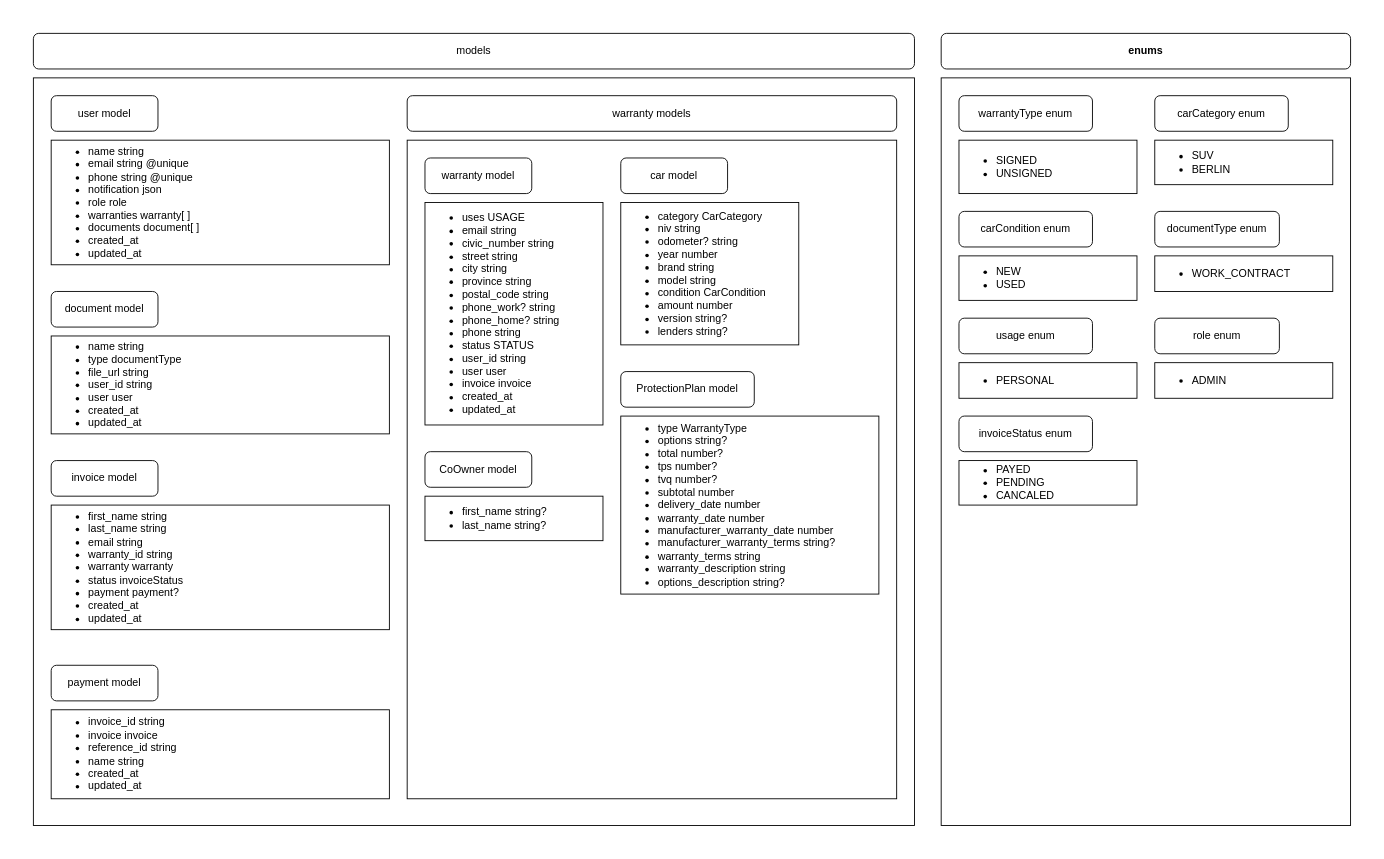
moumbou/assistante-sociale keeps this draw.io diagram as Untitled Diagram.drawio. Above is the earlier version. Source tidied: cells renumbered, new cells numbered last; positions are measured from the earlier drawing's top-left corner, leaving out a move shared by most shapes. Both pictures are drawn from the tidied source at 89%, with x=0, y=0 at pixel (15, 15).
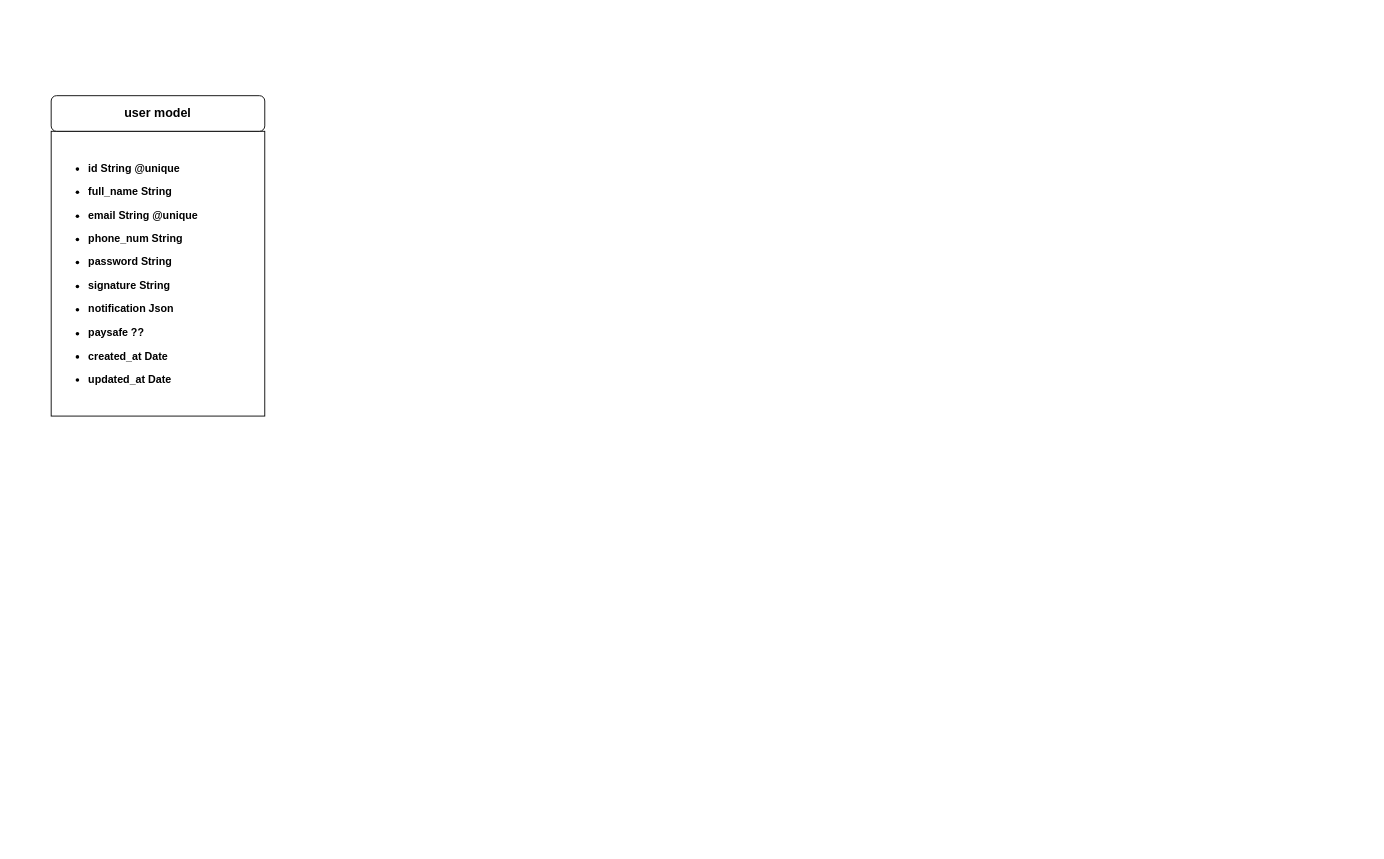
After the change.

What changed in the source:
```diff
@@
-    <mxCell id="2" style="rounded=0;whiteSpace=wrap;html=1;strokeColor=#FFFFFF;" parent="1" vertex="1">
-      <mxGeometry width="1520" height="930" as="geometry" />
-    </mxCell>
-    <mxCell id="3" style="rounded=0;whiteSpace=wrap;html=1;" parent="1" vertex="1">
-      <mxGeometry x="20" y="70" width="990" height="840" as="geometry" />
-    </mxCell>
-    <mxCell id="4" style="rounded=0;whiteSpace=wrap;html=1;" parent="1" vertex="1">
-      <mxGeometry x="440" y="140" width="550" height="740" as="geometry" />
-    </mxCell>
-    <mxCell id="5" style="rounded=0;whiteSpace=wrap;html=1;fillStyle=solid;" parent="1" vertex="1">
-      <mxGeometry x="1040" y="70" width="460" height="840" as="geometry" />
-    </mxCell>
-    <mxCell id="6" value="&lt;ul&gt;&lt;li&gt;name string&lt;/li&gt;&lt;li&gt;email string @unique&lt;/li&gt;&lt;li&gt;phone string @unique&lt;/li&gt;&lt;li&gt;notification json&lt;/li&gt;&lt;li&gt;role role&lt;/li&gt;&lt;li&gt;warranties warranty[ ]&lt;/li&gt;&lt;li&gt;documents document[ ]&lt;/li&gt;&lt;li&gt;created_at&lt;/li&gt;&lt;li&gt;updated_at&lt;/li&gt;&lt;/ul&gt;" style="rounded=0;whiteSpace=wrap;html=1;align=left;" parent="1" vertex="1">
-      <mxGeometry x="40" y="140" width="380" height="140" as="geometry" />
-    </mxCell>
+    <mxCell id="39" value="&lt;h4&gt;&lt;/h4&gt;&lt;h2&gt;&lt;/h2&gt;&lt;h4&gt;&lt;/h4&gt;&lt;h4&gt;&lt;/h4&gt;&lt;h5&gt;&lt;/h5&gt;&lt;h3&gt;&lt;/h3&gt;&lt;h4&gt;&lt;ul&gt;&lt;li&gt;id String @unique&lt;/li&gt;&lt;/ul&gt;&lt;ul&gt;&lt;li&gt;full_name String&lt;/li&gt;&lt;/ul&gt;&lt;ul&gt;&lt;li&gt;email String @unique&lt;/li&gt;&lt;/ul&gt;&lt;ul&gt;&lt;li&gt;phone_num String&lt;/li&gt;&lt;/ul&gt;&lt;ul&gt;&lt;li&gt;password String&lt;/li&gt;&lt;/ul&gt;&lt;ul&gt;&lt;li&gt;signature String&lt;/li&gt;&lt;/ul&gt;&lt;ul&gt;&lt;li&gt;notification Json&lt;/li&gt;&lt;/ul&gt;&lt;ul&gt;&lt;li&gt;paysafe ??&lt;/li&gt;&lt;/ul&gt;&lt;ul&gt;&lt;li&gt;created_at Date&lt;/li&gt;&lt;/ul&gt;&lt;ul&gt;&lt;li&gt;updated_at Date&lt;/li&gt;&lt;/ul&gt;&lt;/h4&gt;" style="rounded=0;whiteSpace=wrap;html=1;align=left;" parent="1" vertex="1">
+      <mxGeometry x="40" y="130" width="240" height="320" as="geometry" />
+    </mxCell>
-    <mxCell id="7" value="user model" style="rounded=1;whiteSpace=wrap;html=1;" parent="1" vertex="1">
-      <mxGeometry x="40" y="90" width="120" height="40" as="geometry" />
+    <mxCell id="7" value="&lt;h3&gt;user model&lt;/h3&gt;" style="rounded=1;whiteSpace=wrap;html=1;" parent="1" vertex="1">
+      <mxGeometry x="40" y="90" width="240" height="40" as="geometry" />
     </mxCell>
-    <mxCell id="8" value="&lt;ul&gt;&lt;li&gt;name string&lt;/li&gt;&lt;li&gt;type documentType&lt;/li&gt;&lt;li&gt;file_url string&lt;/li&gt;&lt;li&gt;user_id string&lt;/li&gt;&lt;li&gt;user user&lt;/li&gt;&lt;li&gt;created_at&lt;/li&gt;&lt;li&gt;updated_at&lt;/li&gt;&lt;/ul&gt;" style="rounded=0;whiteSpace=wrap;html=1;align=left;" parent="1" vertex="1">
-      <mxGeometry x="40" y="360" width="380" height="110" as="geometry" />
-    </mxCell>
-    <mxCell id="9" value="document model" style="rounded=1;whiteSpace=wrap;html=1;" parent="1" vertex="1">
-      <mxGeometry x="40" y="310" width="120" height="40" as="geometry" />
-    </mxCell>
-    <mxCell id="10" value="&lt;ul&gt;&lt;li&gt;uses USAGE&lt;/li&gt;&lt;li&gt;email string&lt;/li&gt;&lt;li&gt;civic_number string&lt;/li&gt;&lt;li&gt;street string&lt;/li&gt;&lt;li&gt;city string&lt;/li&gt;&lt;li&gt;province string&lt;/li&gt;&lt;li&gt;postal_code string&lt;/li&gt;&lt;li&gt;phone_work? string&lt;/li&gt;&lt;li&gt;phone_home? string&lt;/li&gt;&lt;li&gt;phone string&lt;/li&gt;&lt;li&gt;status STATUS&lt;/li&gt;&lt;li&gt;user_id string&lt;/li&gt;&lt;li&gt;user user&lt;/li&gt;&lt;li&gt;invoice invoice&lt;/li&gt;&lt;li&gt;created_at&lt;/li&gt;&lt;li&gt;updated_at&lt;/li&gt;&lt;/ul&gt;" style="rounded=0;whiteSpace=wrap;html=1;align=left;" parent="1" vertex="1">
-      <mxGeometry x="460" y="210" width="200" height="250" as="geometry" />
-    </mxCell>
-    <mxCell id="11" value="warranty model" style="rounded=1;whiteSpace=wrap;html=1;" parent="1" vertex="1">
-      <mxGeometry x="460" y="160" width="120" height="40" as="geometry" />
-    </mxCell>
-    <mxCell id="12" value="&lt;ul&gt;&lt;li&gt;category CarCategory&lt;/li&gt;&lt;li&gt;niv string&lt;/li&gt;&lt;li&gt;odometer? string&lt;/li&gt;&lt;li&gt;year number&lt;/li&gt;&lt;li&gt;brand string&lt;/li&gt;&lt;li&gt;model string&lt;/li&gt;&lt;li&gt;condition CarCondition&lt;/li&gt;&lt;li&gt;amount number&lt;/li&gt;&lt;li&gt;version string?&lt;/li&gt;&lt;li&gt;lenders string?&lt;/li&gt;&lt;/ul&gt;" style="rounded=0;whiteSpace=wrap;html=1;align=left;" parent="1" vertex="1">
-      <mxGeometry x="680" y="210" width="200" height="160" as="geometry" />
-    </mxCell>
-    <mxCell id="13" value="car model" style="rounded=1;whiteSpace=wrap;html=1;" parent="1" vertex="1">
-      <mxGeometry x="680" y="160" width="120" height="40" as="geometry" />
-    </mxCell>
-    <mxCell id="14" value="&lt;ul&gt;&lt;li&gt;first_name string?&lt;/li&gt;&lt;li&gt;last_name string?&lt;/li&gt;&lt;/ul&gt;" style="rounded=0;whiteSpace=wrap;html=1;align=left;" parent="1" vertex="1">
-      <mxGeometry x="460" y="540" width="200" height="50" as="geometry" />
-    </mxCell>
-    <mxCell id="15" value="CoOwner model" style="rounded=1;whiteSpace=wrap;html=1;" parent="1" vertex="1">
-      <mxGeometry x="460" y="490" width="120" height="40" as="geometry" />
-    </mxCell>
-    <mxCell id="16" value="&lt;ul&gt;&lt;li&gt;type WarrantyType&lt;/li&gt;&lt;li&gt;options string?&lt;/li&gt;&lt;li&gt;total number?&lt;/li&gt;&lt;li&gt;tps number?&lt;/li&gt;&lt;li&gt;tvq number?&lt;/li&gt;&lt;li&gt;subtotal number&lt;/li&gt;&lt;li&gt;delivery_date number&lt;/li&gt;&lt;li&gt;warranty_date number&lt;/li&gt;&lt;li&gt;manufacturer_warranty_date number&lt;/li&gt;&lt;li&gt;manufacturer_warranty_terms string?&lt;/li&gt;&lt;li&gt;warranty_terms string&lt;/li&gt;&lt;li&gt;warranty_description string&lt;/li&gt;&lt;li&gt;options_description string?&lt;/li&gt;&lt;/ul&gt;" style="rounded=0;whiteSpace=wrap;html=1;align=left;" parent="1" vertex="1">
-      <mxGeometry x="680" y="450" width="290" height="200" as="geometry" />
-    </mxCell>
-    <mxCell id="17" value="ProtectionPlan model" style="rounded=1;whiteSpace=wrap;html=1;" parent="1" vertex="1">
-      <mxGeometry x="680" y="400" width="150" height="40" as="geometry" />
-    </mxCell>
-    <mxCell id="18" value="&lt;ul&gt;&lt;li&gt;SIGNED&lt;/li&gt;&lt;li&gt;UNSIGNED&lt;/li&gt;&lt;/ul&gt;" style="rounded=0;whiteSpace=wrap;html=1;align=left;" parent="1" vertex="1">
-      <mxGeometry x="1060" y="140" width="200" height="60" as="geometry" />
-    </mxCell>
-    <mxCell id="19" value="warrantyType enum" style="rounded=1;whiteSpace=wrap;html=1;" parent="1" vertex="1">
-      <mxGeometry x="1060" y="90" width="150" height="40" as="geometry" />
-    </mxCell>
-    <mxCell id="20" value="&lt;ul&gt;&lt;li&gt;PERSONAL&lt;/li&gt;&lt;/ul&gt;" style="rounded=0;whiteSpace=wrap;html=1;align=left;" parent="1" vertex="1">
-      <mxGeometry x="1060" y="390" width="200" height="40" as="geometry" />
-    </mxCell>
-    <mxCell id="21" value="usage enum" style="rounded=1;whiteSpace=wrap;html=1;" parent="1" vertex="1">
-      <mxGeometry x="1060" y="340" width="150" height="40" as="geometry" />
-    </mxCell>
-    <mxCell id="22" value="&lt;ul&gt;&lt;li&gt;SUV&lt;/li&gt;&lt;li&gt;BERLIN&lt;/li&gt;&lt;/ul&gt;" style="rounded=0;whiteSpace=wrap;html=1;align=left;" parent="1" vertex="1">
-      <mxGeometry x="1280" y="140" width="200" height="50" as="geometry" />
-    </mxCell>
-    <mxCell id="23" value="carCategory enum" style="rounded=1;whiteSpace=wrap;html=1;" parent="1" vertex="1">
-      <mxGeometry x="1280" y="90" width="150" height="40" as="geometry" />
-    </mxCell>
-    <mxCell id="24" value="&lt;ul&gt;&lt;li&gt;NEW&lt;/li&gt;&lt;li&gt;USED&lt;/li&gt;&lt;/ul&gt;" style="rounded=0;whiteSpace=wrap;html=1;align=left;" parent="1" vertex="1">
-      <mxGeometry x="1060" y="270" width="200" height="50" as="geometry" />
-    </mxCell>
-    <mxCell id="25" value="carCondition enum" style="rounded=1;whiteSpace=wrap;html=1;" parent="1" vertex="1">
-      <mxGeometry x="1060" y="220" width="150" height="40" as="geometry" />
-    </mxCell>
-    <mxCell id="26" value="&lt;ul&gt;&lt;li&gt;WORK_CONTRACT&lt;/li&gt;&lt;/ul&gt;" style="rounded=0;whiteSpace=wrap;html=1;align=left;" parent="1" vertex="1">
-      <mxGeometry x="1280" y="270" width="200" height="40" as="geometry" />
-    </mxCell>
-    <mxCell id="27" value="documentType enum" style="rounded=1;whiteSpace=wrap;html=1;" parent="1" vertex="1">
-      <mxGeometry x="1280" y="220" width="140" height="40" as="geometry" />
-    </mxCell>
-    <mxCell id="28" value="&lt;ul&gt;&lt;li&gt;ADMIN&lt;/li&gt;&lt;/ul&gt;" style="rounded=0;whiteSpace=wrap;html=1;align=left;" parent="1" vertex="1">
-      <mxGeometry x="1280" y="390" width="200" height="40" as="geometry" />
-    </mxCell>
-    <mxCell id="29" value="role enum" style="rounded=1;whiteSpace=wrap;html=1;" parent="1" vertex="1">
-      <mxGeometry x="1280" y="340" width="140" height="40" as="geometry" />
-    </mxCell>
-    <mxCell id="30" value="warranty models" style="rounded=1;whiteSpace=wrap;html=1;" parent="1" vertex="1">
-      <mxGeometry x="440" y="90" width="550" height="40" as="geometry" />
-    </mxCell>
-    <mxCell id="31" value="&lt;ul&gt;&lt;li&gt;first_name string&lt;/li&gt;&lt;li&gt;last_name string&lt;/li&gt;&lt;li&gt;email string&lt;/li&gt;&lt;li&gt;warranty_id string&lt;/li&gt;&lt;li&gt;warranty warranty&lt;/li&gt;&lt;li&gt;status invoiceStatus&lt;/li&gt;&lt;li&gt;payment payment?&lt;/li&gt;&lt;li&gt;created_at&lt;/li&gt;&lt;li&gt;updated_at&lt;/li&gt;&lt;/ul&gt;" style="rounded=0;whiteSpace=wrap;html=1;align=left;" parent="1" vertex="1">
-      <mxGeometry x="40" y="550" width="380" height="140" as="geometry" />
-    </mxCell>
-    <mxCell id="32" value="invoice model" style="rounded=1;whiteSpace=wrap;html=1;" parent="1" vertex="1">
-      <mxGeometry x="40" y="500" width="120" height="40" as="geometry" />
-    </mxCell>
-    <mxCell id="33" value="&lt;ul&gt;&lt;li&gt;invoice_id string&lt;/li&gt;&lt;li&gt;invoice invoice&lt;/li&gt;&lt;li&gt;reference_id string&lt;/li&gt;&lt;li&gt;name string&lt;/li&gt;&lt;li&gt;created_at&lt;/li&gt;&lt;li&gt;updated_at&lt;/li&gt;&lt;/ul&gt;" style="rounded=0;whiteSpace=wrap;html=1;align=left;" parent="1" vertex="1">
-      <mxGeometry x="40" y="780" width="380" height="100" as="geometry" />
-    </mxCell>
-    <mxCell id="34" value="payment model" style="rounded=1;whiteSpace=wrap;html=1;" parent="1" vertex="1">
-      <mxGeometry x="40" y="730" width="120" height="40" as="geometry" />
-    </mxCell>
-    <mxCell id="35" value="&lt;ul&gt;&lt;li&gt;PAYED&lt;/li&gt;&lt;li&gt;PENDING&lt;/li&gt;&lt;li&gt;CANCALED&lt;/li&gt;&lt;/ul&gt;" style="rounded=0;whiteSpace=wrap;html=1;align=left;" parent="1" vertex="1">
-      <mxGeometry x="1060" y="500" width="200" height="50" as="geometry" />
-    </mxCell>
-    <mxCell id="36" value="invoiceStatus enum" style="rounded=1;whiteSpace=wrap;html=1;" parent="1" vertex="1">
-      <mxGeometry x="1060" y="450" width="150" height="40" as="geometry" />
-    </mxCell>
-    <mxCell id="37" value="models" style="rounded=1;whiteSpace=wrap;html=1;" parent="1" vertex="1">
-      <mxGeometry x="20" y="20" width="990" height="40" as="geometry" />
-    </mxCell>
-    <mxCell id="38" value="enums" style="rounded=1;whiteSpace=wrap;html=1;fontStyle=1;" parent="1" vertex="1">
-      <mxGeometry x="1040" y="20" width="460" height="40" as="geometry" />
-    </mxCell>
```
